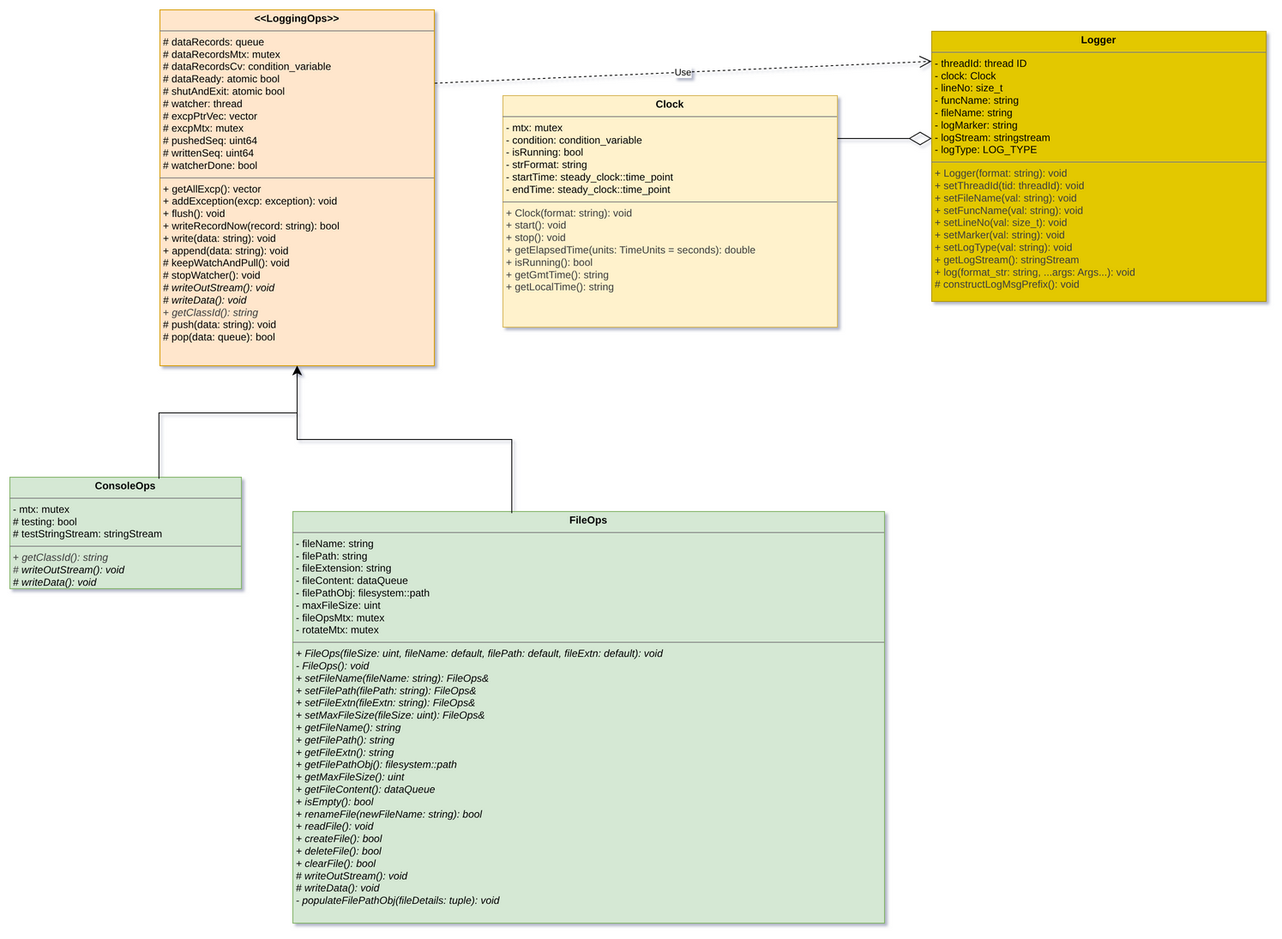
This is docs/ClassDiagram.drawio.png from noukutech/Logger, a draw.io export, as it was before one commit. Source tidied: cells renumbered, new cells last; positions are measured from the earlier drawing's top-left corner, leaving out a move shared by most shapes.
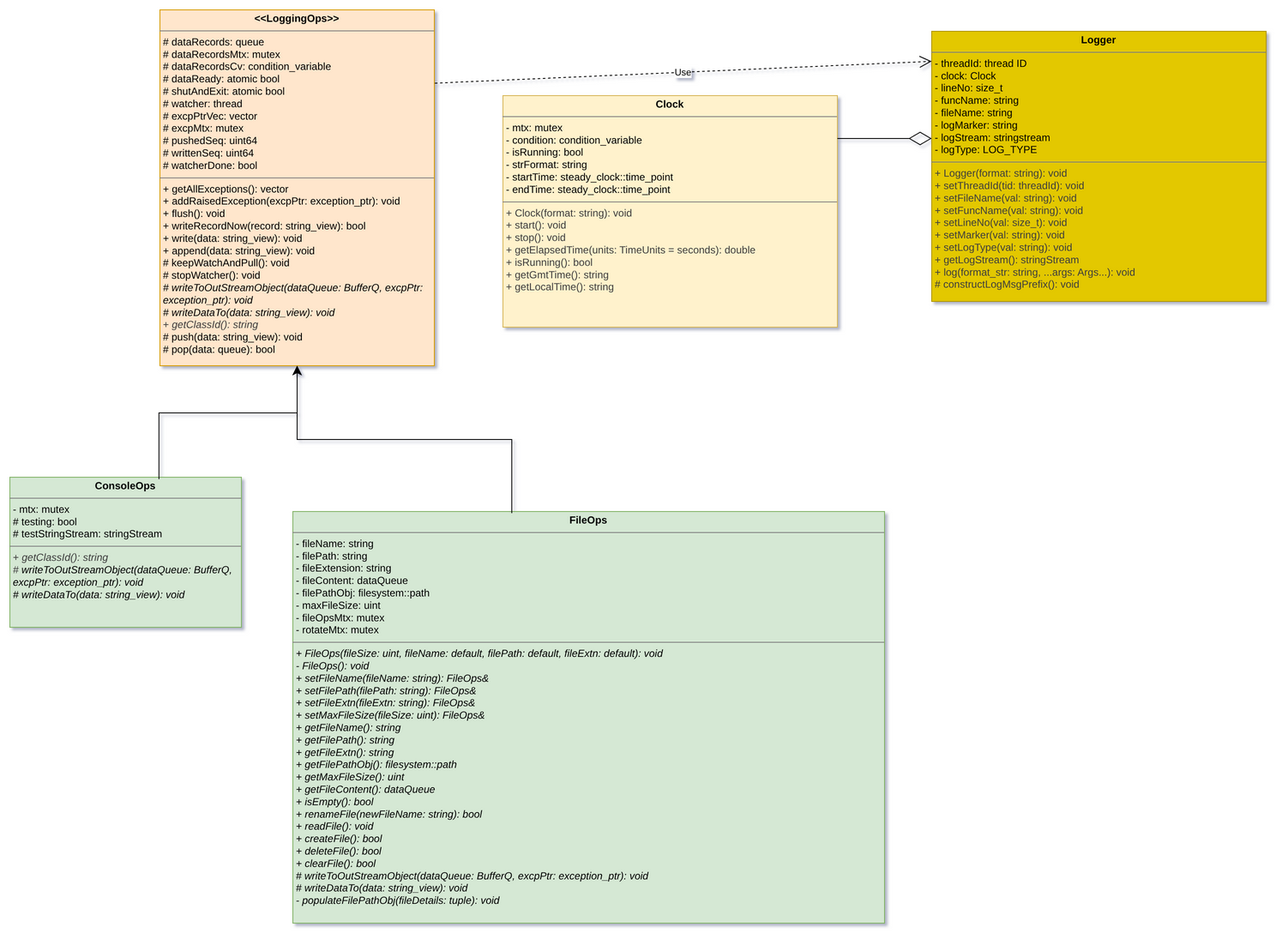
Above is the later version.

Commit message:
Fix README usage/install snippets; diagram uses header signatures

Diff of the diagram source:
```diff
@@ -2,13 +2,13 @@
   <root>
     <mxCell id="0" />
     <mxCell id="1" parent="0" />
-    <mxCell id="2" value="&lt;p style=&quot;margin:0px;margin-top:4px;text-align:center;&quot;&gt;&lt;b&gt;&amp;lt;&amp;lt;LoggingOps&amp;gt;&amp;gt;&lt;/b&gt;&lt;/p&gt;&lt;hr size=&quot;1&quot; style=&quot;border-style:solid;&quot;&gt;&lt;p style=&quot;margin:0px;margin-left:4px;&quot;&gt;# dataRecords: queue&lt;/p&gt;&lt;p style=&quot;margin:0px;margin-left:4px;&quot;&gt;# dataRecordsMtx: mutex&lt;/p&gt;&lt;p style=&quot;margin:0px;margin-left:4px;&quot;&gt;# dataRecordsCv: condition_variable&lt;/p&gt;&lt;p style=&quot;margin:0px;margin-left:4px;&quot;&gt;# dataReady: atomic bool&lt;/p&gt;&lt;p style=&quot;margin:0px;margin-left:4px;&quot;&gt;# shutAndExit: atomic bool&lt;/p&gt;&lt;p style=&quot;margin:0px;margin-left:4px;&quot;&gt;# watcher: thread&lt;/p&gt;&lt;p style=&quot;margin:0px;margin-left:4px;&quot;&gt;# excpPtrVec: vector&lt;/p&gt;&lt;p style=&quot;margin:0px;margin-left:4px;&quot;&gt;# excpMtx: mutex&lt;/p&gt;&lt;p style=&quot;margin:0px;margin-left:4px;&quot;&gt;# pushedSeq: uint64&lt;/p&gt;&lt;p style=&quot;margin:0px;margin-left:4px;&quot;&gt;# writtenSeq: uint64&lt;/p&gt;&lt;p style=&quot;margin:0px;margin-left:4px;&quot;&gt;# watcherDone: bool&lt;/p&gt;&lt;hr size=&quot;1&quot; style=&quot;border-style:solid;&quot;&gt;&lt;p style=&quot;margin: 0px 0px 0px 4px;&quot;&gt;+ getAllExcp(): vector&lt;/p&gt;&lt;p style=&quot;margin: 0px 0px 0px 4px;&quot;&gt;+ addException(excp: exception): void&lt;/p&gt;&lt;p style=&quot;margin: 0px 0px 0px 4px;&quot;&gt;+ flush(): void&lt;/p&gt;&lt;p style=&quot;margin: 0px 0px 0px 4px;&quot;&gt;+ writeRecordNow(record: string): bool&lt;/p&gt;&lt;p style=&quot;margin: 0px 0px 0px 4px;&quot;&gt;+ write(data: string): void&lt;/p&gt;&lt;p style=&quot;margin: 0px 0px 0px 4px;&quot;&gt;+ append(data: string): void&lt;/p&gt;&lt;p style=&quot;margin: 0px 0px 0px 4px;&quot;&gt;# keepWatchAndPull(): void&lt;/p&gt;&lt;p style=&quot;margin: 0px 0px 0px 4px;&quot;&gt;# stopWatcher(): void&lt;/p&gt;&lt;p style=&quot;margin: 0px 0px 0px 4px;&quot;&gt;&lt;i&gt;# writeOutStream(): void&lt;/i&gt;&lt;/p&gt;&lt;p style=&quot;margin: 0px 0px 0px 4px;&quot;&gt;&lt;i&gt;# writeData(): void&lt;/i&gt;&lt;/p&gt;&lt;p style=&quot;margin: 0px 0px 0px 4px;&quot;&gt;&lt;span style=&quot;color: rgb(63, 63, 63);&quot;&gt;+&amp;nbsp;&lt;/span&gt;&lt;i style=&quot;color: rgb(63, 63, 63);&quot;&gt;getClassId(): string&lt;/i&gt;&lt;i&gt;&lt;/i&gt;&lt;/p&gt;&lt;p style=&quot;margin: 0px 0px 0px 4px;&quot;&gt;# push(data: string): void&lt;/p&gt;&lt;p style=&quot;margin: 0px 0px 0px 4px;&quot;&gt;# pop(data: queue): bool&lt;/p&gt;&lt;p style=&quot;margin: 0px 0px 0px 4px;&quot;&gt;&lt;i&gt;&lt;br&gt;&lt;/i&gt;&lt;/p&gt;" style="verticalAlign=top;align=left;overflow=fill;html=1;whiteSpace=wrap;fillColor=#ffe6cc;strokeColor=#d79b00;direction=south;" parent="1" vertex="1">
+    <mxCell id="2" value="&lt;p style=&quot;margin:0px;margin-top:4px;text-align:center;&quot;&gt;&lt;b&gt;&amp;lt;&amp;lt;LoggingOps&amp;gt;&amp;gt;&lt;/b&gt;&lt;/p&gt;&lt;hr size=&quot;1&quot; style=&quot;border-style:solid;&quot;&gt;&lt;p style=&quot;margin:0px;margin-left:4px;&quot;&gt;# dataRecords: queue&lt;/p&gt;&lt;p style=&quot;margin:0px;margin-left:4px;&quot;&gt;# dataRecordsMtx: mutex&lt;/p&gt;&lt;p style=&quot;margin:0px;margin-left:4px;&quot;&gt;# dataRecordsCv: condition_variable&lt;/p&gt;&lt;p style=&quot;margin:0px;margin-left:4px;&quot;&gt;# dataReady: atomic bool&lt;/p&gt;&lt;p style=&quot;margin:0px;margin-left:4px;&quot;&gt;# shutAndExit: atomic bool&lt;/p&gt;&lt;p style=&quot;margin:0px;margin-left:4px;&quot;&gt;# watcher: thread&lt;/p&gt;&lt;p style=&quot;margin:0px;margin-left:4px;&quot;&gt;# excpPtrVec: vector&lt;/p&gt;&lt;p style=&quot;margin:0px;margin-left:4px;&quot;&gt;# excpMtx: mutex&lt;/p&gt;&lt;p style=&quot;margin:0px;margin-left:4px;&quot;&gt;# pushedSeq: uint64&lt;/p&gt;&lt;p style=&quot;margin:0px;margin-left:4px;&quot;&gt;# writtenSeq: uint64&lt;/p&gt;&lt;p style=&quot;margin:0px;margin-left:4px;&quot;&gt;# watcherDone: bool&lt;/p&gt;&lt;hr size=&quot;1&quot; style=&quot;border-style:solid;&quot;&gt;&lt;p style=&quot;margin: 0px 0px 0px 4px;&quot;&gt;+ getAllExceptions(): vector&lt;/p&gt;&lt;p style=&quot;margin: 0px 0px 0px 4px;&quot;&gt;+ addRaisedException(excpPtr: exception_ptr): void&lt;/p&gt;&lt;p style=&quot;margin: 0px 0px 0px 4px;&quot;&gt;+ flush(): void&lt;/p&gt;&lt;p style=&quot;margin: 0px 0px 0px 4px;&quot;&gt;+ writeRecordNow(record: string_view): bool&lt;/p&gt;&lt;p style=&quot;margin: 0px 0px 0px 4px;&quot;&gt;+ write(data: string_view): void&lt;/p&gt;&lt;p style=&quot;margin: 0px 0px 0px 4px;&quot;&gt;+ append(data: string_view): void&lt;/p&gt;&lt;p style=&quot;margin: 0px 0px 0px 4px;&quot;&gt;# keepWatchAndPull(): void&lt;/p&gt;&lt;p style=&quot;margin: 0px 0px 0px 4px;&quot;&gt;# stopWatcher(): void&lt;/p&gt;&lt;p style=&quot;margin: 0px 0px 0px 4px;&quot;&gt;&lt;i&gt;# writeToOutStreamObject(dataQueue: BufferQ, excpPtr: exception_ptr): void&lt;/i&gt;&lt;/p&gt;&lt;p style=&quot;margin: 0px 0px 0px 4px;&quot;&gt;&lt;i&gt;# writeDataTo(data: string_view): void&lt;/i&gt;&lt;/p&gt;&lt;p style=&quot;margin: 0px 0px 0px 4px;&quot;&gt;&lt;span style=&quot;color: rgb(63, 63, 63);&quot;&gt;+&amp;nbsp;&lt;/span&gt;&lt;i style=&quot;color: rgb(63, 63, 63);&quot;&gt;getClassId(): string&lt;/i&gt;&lt;i&gt;&lt;/i&gt;&lt;/p&gt;&lt;p style=&quot;margin: 0px 0px 0px 4px;&quot;&gt;# push(data: string_view): void&lt;/p&gt;&lt;p style=&quot;margin: 0px 0px 0px 4px;&quot;&gt;# pop(data: queue): bool&lt;/p&gt;&lt;p style=&quot;margin: 0px 0px 0px 4px;&quot;&gt;&lt;i&gt;&lt;br&gt;&lt;/i&gt;&lt;/p&gt;" style="verticalAlign=top;align=left;overflow=fill;html=1;whiteSpace=wrap;fillColor=#ffe6cc;strokeColor=#d79b00;direction=south;" parent="1" vertex="1">
       <mxGeometry x="175" width="320" height="415" as="geometry" />
     </mxCell>
-    <mxCell id="3" value="&lt;p style=&quot;margin:0px;margin-top:4px;text-align:center;&quot;&gt;&lt;b&gt;ConsoleOps&lt;/b&gt;&lt;/p&gt;&lt;hr size=&quot;1&quot; style=&quot;border-style:solid;&quot;&gt;&lt;p style=&quot;margin:0px;margin-left:4px;&quot;&gt;- mtx: mutex&lt;/p&gt;&lt;p style=&quot;margin:0px;margin-left:4px;&quot;&gt;# testing: bool&lt;/p&gt;&lt;p style=&quot;margin:0px;margin-left:4px;&quot;&gt;# testStringStream: stringStream&lt;/p&gt;&lt;hr size=&quot;1&quot; style=&quot;border-style:solid;&quot;&gt;&lt;p style=&quot;margin:0px;margin-left:4px;&quot;&gt;&lt;span style=&quot;color: rgb(63, 63, 63);&quot;&gt;+&amp;nbsp;&lt;/span&gt;&lt;i style=&quot;color: rgb(63, 63, 63);&quot;&gt;getClassId(): string&lt;/i&gt;&lt;/p&gt;&lt;p style=&quot;margin:0px;margin-left:4px;&quot;&gt;&lt;i style=&quot;color: rgb(63, 63, 63);&quot;&gt;#&amp;nbsp;&lt;/i&gt;&lt;i style=&quot;background-color: transparent;&quot;&gt;writeOutStream(): void&lt;/i&gt;&lt;/p&gt;&lt;p style=&quot;margin: 0px 0px 0px 4px;&quot;&gt;&lt;i&gt;# writeData(): void&lt;/i&gt;&lt;/p&gt;" style="verticalAlign=top;align=left;overflow=fill;html=1;whiteSpace=wrap;fillColor=#d5e8d4;strokeColor=#82b366;direction=south;" parent="1" vertex="1">
-      <mxGeometry y="545" width="270" height="130" as="geometry" />
+    <mxCell id="3" value="&lt;p style=&quot;margin:0px;margin-top:4px;text-align:center;&quot;&gt;&lt;b&gt;ConsoleOps&lt;/b&gt;&lt;/p&gt;&lt;hr size=&quot;1&quot; style=&quot;border-style:solid;&quot;&gt;&lt;p style=&quot;margin:0px;margin-left:4px;&quot;&gt;- mtx: mutex&lt;/p&gt;&lt;p style=&quot;margin:0px;margin-left:4px;&quot;&gt;# testing: bool&lt;/p&gt;&lt;p style=&quot;margin:0px;margin-left:4px;&quot;&gt;# testStringStream: stringStream&lt;/p&gt;&lt;hr size=&quot;1&quot; style=&quot;border-style:solid;&quot;&gt;&lt;p style=&quot;margin:0px;margin-left:4px;&quot;&gt;&lt;span style=&quot;color: rgb(63, 63, 63);&quot;&gt;+&amp;nbsp;&lt;/span&gt;&lt;i style=&quot;color: rgb(63, 63, 63);&quot;&gt;getClassId(): string&lt;/i&gt;&lt;/p&gt;&lt;p style=&quot;margin:0px;margin-left:4px;&quot;&gt;&lt;i style=&quot;color: rgb(63, 63, 63);&quot;&gt;#&amp;nbsp;&lt;/i&gt;&lt;i style=&quot;background-color: transparent;&quot;&gt;writeToOutStreamObject(dataQueue: BufferQ, excpPtr: exception_ptr): void&lt;/i&gt;&lt;/p&gt;&lt;p style=&quot;margin: 0px 0px 0px 4px;&quot;&gt;&lt;i&gt;# writeDataTo(data: string_view): void&lt;/i&gt;&lt;/p&gt;" style="verticalAlign=top;align=left;overflow=fill;html=1;whiteSpace=wrap;fillColor=#d5e8d4;strokeColor=#82b366;direction=south;" parent="1" vertex="1">
+      <mxGeometry y="545" width="270" height="175" as="geometry" />
     </mxCell>
-    <mxCell id="4" value="&lt;p style=&quot;margin:0px;margin-top:4px;text-align:center;&quot;&gt;&lt;b&gt;FileOps&lt;/b&gt;&lt;/p&gt;&lt;hr size=&quot;1&quot; style=&quot;border-style:solid;&quot;&gt;&lt;p style=&quot;margin:0px;margin-left:4px;&quot;&gt;- fileName: string&lt;/p&gt;&lt;p style=&quot;margin:0px;margin-left:4px;&quot;&gt;- filePath: string&lt;/p&gt;&lt;p style=&quot;margin:0px;margin-left:4px;&quot;&gt;- fileExtension: string&lt;/p&gt;&lt;p style=&quot;margin:0px;margin-left:4px;&quot;&gt;- fileContent: dataQueue&lt;/p&gt;&lt;p style=&quot;margin:0px;margin-left:4px;&quot;&gt;- filePathObj: filesystem::path&lt;/p&gt;&lt;p style=&quot;margin:0px;margin-left:4px;&quot;&gt;- maxFileSize: uint&lt;/p&gt;&lt;p style=&quot;margin:0px;margin-left:4px;&quot;&gt;- fileOpsMtx: mutex&lt;/p&gt;&lt;p style=&quot;margin:0px;margin-left:4px;&quot;&gt;- rotateMtx: mutex&lt;/p&gt;&lt;hr size=&quot;1&quot; style=&quot;border-style:solid;&quot;&gt;&lt;p style=&quot;margin:0px;margin-left:4px;&quot;&gt;&lt;i&gt;+ FileOps(fileSize: uint, fileName: default, filePath: default, fileExtn: default): void&lt;/i&gt;&lt;/p&gt;&lt;p style=&quot;margin:0px;margin-left:4px;&quot;&gt;&lt;i&gt;- FileOps(): void&lt;/i&gt;&lt;/p&gt;&lt;p style=&quot;margin:0px;margin-left:4px;&quot;&gt;&lt;i&gt;+ setFileName(fileName: string): FileOps&amp;amp;&lt;/i&gt;&lt;/p&gt;&lt;p style=&quot;margin:0px;margin-left:4px;&quot;&gt;&lt;i&gt;+ setFilePath(filePath: string): FileOps&amp;amp;&lt;/i&gt;&lt;/p&gt;&lt;p style=&quot;margin:0px;margin-left:4px;&quot;&gt;&lt;i&gt;+ setFileExtn(fileExtn: string): FileOps&amp;amp;&lt;/i&gt;&lt;/p&gt;&lt;p style=&quot;margin:0px;margin-left:4px;&quot;&gt;&lt;i&gt;+ setMaxFileSize(fileSize: uint): FileOps&amp;amp;&lt;/i&gt;&lt;/p&gt;&lt;p style=&quot;margin:0px;margin-left:4px;&quot;&gt;&lt;i&gt;+ getFileName(): string&lt;/i&gt;&lt;/p&gt;&lt;p style=&quot;margin:0px;margin-left:4px;&quot;&gt;&lt;i&gt;+ getFilePath(): string&lt;/i&gt;&lt;/p&gt;&lt;p style=&quot;margin:0px;margin-left:4px;&quot;&gt;&lt;i&gt;+ getFileExtn(): string&lt;/i&gt;&lt;/p&gt;&lt;p style=&quot;margin:0px;margin-left:4px;&quot;&gt;&lt;i&gt;+ getFilePathObj(): filesystem::path&lt;/i&gt;&lt;/p&gt;&lt;p style=&quot;margin:0px;margin-left:4px;&quot;&gt;&lt;i&gt;+ getMaxFileSize(): uint&lt;/i&gt;&lt;/p&gt;&lt;p style=&quot;margin:0px;margin-left:4px;&quot;&gt;&lt;i&gt;+ getFileContent(): dataQueue&lt;/i&gt;&lt;/p&gt;&lt;p style=&quot;margin:0px;margin-left:4px;&quot;&gt;&lt;i&gt;+ isEmpty(): bool&lt;/i&gt;&lt;/p&gt;&lt;p style=&quot;margin:0px;margin-left:4px;&quot;&gt;&lt;i&gt;+ renameFile(newFileName: string): bool&lt;/i&gt;&lt;/p&gt;&lt;p style=&quot;margin:0px;margin-left:4px;&quot;&gt;&lt;i&gt;+ readFile(): void&lt;/i&gt;&lt;/p&gt;&lt;p style=&quot;margin:0px;margin-left:4px;&quot;&gt;&lt;i&gt;+ createFile(): bool&lt;/i&gt;&lt;/p&gt;&lt;p style=&quot;margin:0px;margin-left:4px;&quot;&gt;&lt;i&gt;+ deleteFile(): bool&lt;/i&gt;&lt;/p&gt;&lt;p style=&quot;margin:0px;margin-left:4px;&quot;&gt;&lt;i&gt;+ clearFile(): bool&lt;/i&gt;&lt;/p&gt;&lt;p style=&quot;margin:0px;margin-left:4px;&quot;&gt;&lt;i&gt;# writeOutStream(): void&lt;/i&gt;&lt;/p&gt;&lt;p style=&quot;margin:0px;margin-left:4px;&quot;&gt;&lt;i&gt;# writeData(): void&lt;/i&gt;&lt;/p&gt;&lt;p style=&quot;margin:0px;margin-left:4px;&quot;&gt;&lt;i&gt;- populateFilePathObj(fileDetails: tuple): void&lt;/i&gt;&lt;/p&gt;&lt;p style=&quot;margin:0px;margin-left:4px;&quot;&gt;&lt;i&gt;&lt;br&gt;&lt;/i&gt;&lt;/p&gt;" style="verticalAlign=top;align=left;overflow=fill;html=1;whiteSpace=wrap;fillColor=#d5e8d4;strokeColor=#82b366;direction=west;" parent="1" vertex="1">
+    <mxCell id="4" value="&lt;p style=&quot;margin:0px;margin-top:4px;text-align:center;&quot;&gt;&lt;b&gt;FileOps&lt;/b&gt;&lt;/p&gt;&lt;hr size=&quot;1&quot; style=&quot;border-style:solid;&quot;&gt;&lt;p style=&quot;margin:0px;margin-left:4px;&quot;&gt;- fileName: string&lt;/p&gt;&lt;p style=&quot;margin:0px;margin-left:4px;&quot;&gt;- filePath: string&lt;/p&gt;&lt;p style=&quot;margin:0px;margin-left:4px;&quot;&gt;- fileExtension: string&lt;/p&gt;&lt;p style=&quot;margin:0px;margin-left:4px;&quot;&gt;- fileContent: dataQueue&lt;/p&gt;&lt;p style=&quot;margin:0px;margin-left:4px;&quot;&gt;- filePathObj: filesystem::path&lt;/p&gt;&lt;p style=&quot;margin:0px;margin-left:4px;&quot;&gt;- maxFileSize: uint&lt;/p&gt;&lt;p style=&quot;margin:0px;margin-left:4px;&quot;&gt;- fileOpsMtx: mutex&lt;/p&gt;&lt;p style=&quot;margin:0px;margin-left:4px;&quot;&gt;- rotateMtx: mutex&lt;/p&gt;&lt;hr size=&quot;1&quot; style=&quot;border-style:solid;&quot;&gt;&lt;p style=&quot;margin:0px;margin-left:4px;&quot;&gt;&lt;i&gt;+ FileOps(fileSize: uint, fileName: default, filePath: default, fileExtn: default): void&lt;/i&gt;&lt;/p&gt;&lt;p style=&quot;margin:0px;margin-left:4px;&quot;&gt;&lt;i&gt;- FileOps(): void&lt;/i&gt;&lt;/p&gt;&lt;p style=&quot;margin:0px;margin-left:4px;&quot;&gt;&lt;i&gt;+ setFileName(fileName: string): FileOps&amp;amp;&lt;/i&gt;&lt;/p&gt;&lt;p style=&quot;margin:0px;margin-left:4px;&quot;&gt;&lt;i&gt;+ setFilePath(filePath: string): FileOps&amp;amp;&lt;/i&gt;&lt;/p&gt;&lt;p style=&quot;margin:0px;margin-left:4px;&quot;&gt;&lt;i&gt;+ setFileExtn(fileExtn: string): FileOps&amp;amp;&lt;/i&gt;&lt;/p&gt;&lt;p style=&quot;margin:0px;margin-left:4px;&quot;&gt;&lt;i&gt;+ setMaxFileSize(fileSize: uint): FileOps&amp;amp;&lt;/i&gt;&lt;/p&gt;&lt;p style=&quot;margin:0px;margin-left:4px;&quot;&gt;&lt;i&gt;+ getFileName(): string&lt;/i&gt;&lt;/p&gt;&lt;p style=&quot;margin:0px;margin-left:4px;&quot;&gt;&lt;i&gt;+ getFilePath(): string&lt;/i&gt;&lt;/p&gt;&lt;p style=&quot;margin:0px;margin-left:4px;&quot;&gt;&lt;i&gt;+ getFileExtn(): string&lt;/i&gt;&lt;/p&gt;&lt;p style=&quot;margin:0px;margin-left:4px;&quot;&gt;&lt;i&gt;+ getFilePathObj(): filesystem::path&lt;/i&gt;&lt;/p&gt;&lt;p style=&quot;margin:0px;margin-left:4px;&quot;&gt;&lt;i&gt;+ getMaxFileSize(): uint&lt;/i&gt;&lt;/p&gt;&lt;p style=&quot;margin:0px;margin-left:4px;&quot;&gt;&lt;i&gt;+ getFileContent(): dataQueue&lt;/i&gt;&lt;/p&gt;&lt;p style=&quot;margin:0px;margin-left:4px;&quot;&gt;&lt;i&gt;+ isEmpty(): bool&lt;/i&gt;&lt;/p&gt;&lt;p style=&quot;margin:0px;margin-left:4px;&quot;&gt;&lt;i&gt;+ renameFile(newFileName: string): bool&lt;/i&gt;&lt;/p&gt;&lt;p style=&quot;margin:0px;margin-left:4px;&quot;&gt;&lt;i&gt;+ readFile(): void&lt;/i&gt;&lt;/p&gt;&lt;p style=&quot;margin:0px;margin-left:4px;&quot;&gt;&lt;i&gt;+ createFile(): bool&lt;/i&gt;&lt;/p&gt;&lt;p style=&quot;margin:0px;margin-left:4px;&quot;&gt;&lt;i&gt;+ deleteFile(): bool&lt;/i&gt;&lt;/p&gt;&lt;p style=&quot;margin:0px;margin-left:4px;&quot;&gt;&lt;i&gt;+ clearFile(): bool&lt;/i&gt;&lt;/p&gt;&lt;p style=&quot;margin:0px;margin-left:4px;&quot;&gt;&lt;i&gt;# writeToOutStreamObject(dataQueue: BufferQ, excpPtr: exception_ptr): void&lt;/i&gt;&lt;/p&gt;&lt;p style=&quot;margin:0px;margin-left:4px;&quot;&gt;&lt;i&gt;# writeDataTo(data: string_view): void&lt;/i&gt;&lt;/p&gt;&lt;p style=&quot;margin:0px;margin-left:4px;&quot;&gt;&lt;i&gt;- populateFilePathObj(fileDetails: tuple): void&lt;/i&gt;&lt;/p&gt;&lt;p style=&quot;margin:0px;margin-left:4px;&quot;&gt;&lt;i&gt;&lt;br&gt;&lt;/i&gt;&lt;/p&gt;" style="verticalAlign=top;align=left;overflow=fill;html=1;whiteSpace=wrap;fillColor=#d5e8d4;strokeColor=#82b366;direction=west;" parent="1" vertex="1">
       <mxGeometry x="330" y="585" width="690" height="480" as="geometry" />
     </mxCell>
     <mxCell id="5" value="&lt;p style=&quot;margin:0px;margin-top:4px;text-align:center;&quot;&gt;&lt;b&gt;Clock&lt;/b&gt;&lt;/p&gt;&lt;hr size=&quot;1&quot; style=&quot;border-style:solid;&quot;&gt;&lt;p style=&quot;margin:0px;margin-left:4px;&quot;&gt;- mtx: mutex&lt;/p&gt;&lt;p style=&quot;margin:0px;margin-left:4px;&quot;&gt;- condition: condition_variable&lt;/p&gt;&lt;p style=&quot;margin:0px;margin-left:4px;&quot;&gt;- isRunning: bool&lt;/p&gt;&lt;p style=&quot;margin:0px;margin-left:4px;&quot;&gt;- strFormat: string&lt;/p&gt;&lt;p style=&quot;margin:0px;margin-left:4px;&quot;&gt;- startTime: steady_clock::time_point&lt;/p&gt;&lt;p style=&quot;margin:0px;margin-left:4px;&quot;&gt;- endTime: steady_clock::time_point&lt;/p&gt;&lt;hr size=&quot;1&quot; style=&quot;border-style:solid;&quot;&gt;&lt;p style=&quot;margin:0px;margin-left:4px;&quot;&gt;&lt;span style=&quot;color: rgb(63, 63, 63);&quot;&gt;+ Clock(format: string): void&lt;/span&gt;&lt;/p&gt;&lt;p style=&quot;margin:0px;margin-left:4px;&quot;&gt;&lt;span style=&quot;color: rgb(63, 63, 63);&quot;&gt;+ start(): void&lt;/span&gt;&lt;/p&gt;&lt;p style=&quot;margin:0px;margin-left:4px;&quot;&gt;&lt;span style=&quot;color: rgb(63, 63, 63);&quot;&gt;+ stop(): void&lt;/span&gt;&lt;/p&gt;&lt;p style=&quot;margin:0px;margin-left:4px;&quot;&gt;&lt;span style=&quot;color: rgb(63, 63, 63);&quot;&gt;+ getElapsedTime(units: TimeUnits = seconds): double&lt;/span&gt;&lt;/p&gt;&lt;p style=&quot;margin:0px;margin-left:4px;&quot;&gt;&lt;span style=&quot;color: rgb(63, 63, 63);&quot;&gt;+ isRunning(): bool&lt;/span&gt;&lt;/p&gt;&lt;p style=&quot;margin:0px;margin-left:4px;&quot;&gt;&lt;span style=&quot;color: rgb(63, 63, 63);&quot;&gt;+ getGmtTime(): string&lt;/span&gt;&lt;/p&gt;&lt;p style=&quot;margin:0px;margin-left:4px;&quot;&gt;&lt;span style=&quot;color: rgb(63, 63, 63);&quot;&gt;+ getLocalTime(): string&lt;/span&gt;&lt;/p&gt;" style="verticalAlign=top;align=left;overflow=fill;html=1;whiteSpace=wrap;fillColor=#fff2cc;strokeColor=#d6b656;direction=west;" parent="1" vertex="1">
```
